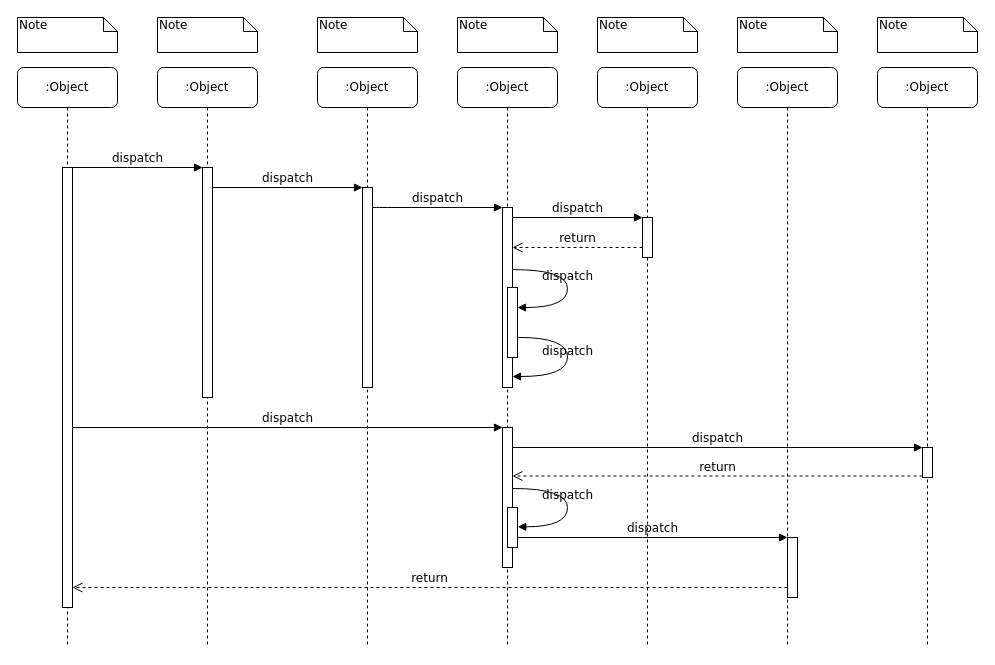
Earlier version of the draw.io diagram Untitled Diagram.drawio (aiwantaozi/draw). Source tidied: cells renumbered, new cells numbered last; positions are measured from the earlier drawing's top-left corner, leaving out a move shared by most shapes. Both pictures are drawn from the tidied source at 100%, with x=0, y=0 at pixel (17, 17).
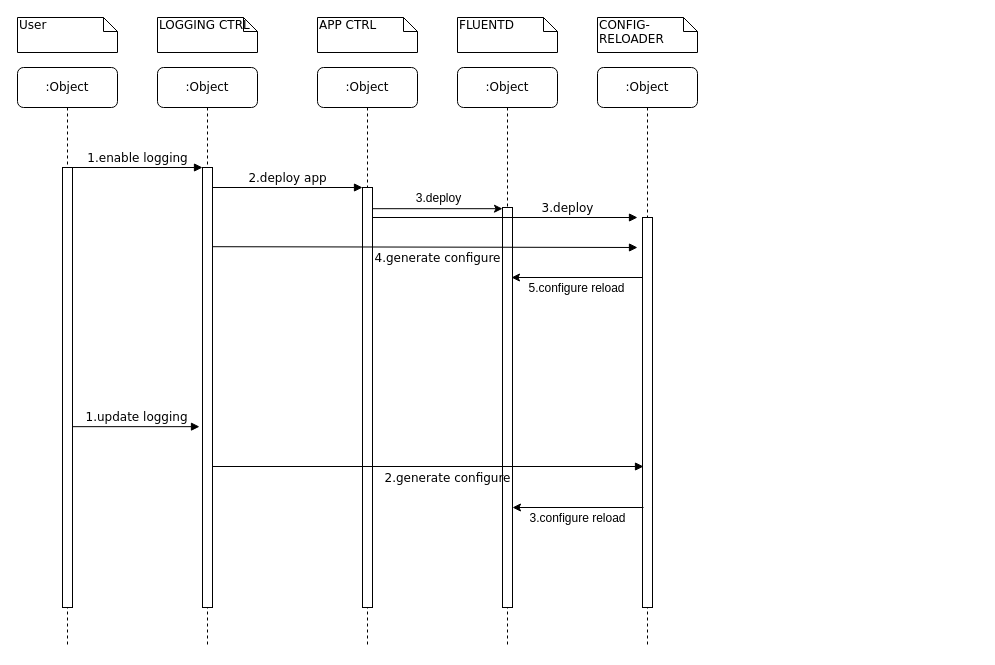
The same diagram, later.

Unchanged cells that the change refers to:
```xml
<mxCell id="2" value=":Object" style="shape=umlLifeline;perimeter=lifelinePerimeter;whiteSpace=wrap;html=1;rounded=1;shadow=0;comic=0;labelBackgroundColor=none;strokeWidth=1;fontFamily=Verdana;fontSize=12;align=center;" parent="1" vertex="1">
  <mxGeometry x="140" y="50" width="100" height="580" as="geometry" />
</mxCell>
<mxCell id="4" value=":Object" style="shape=umlLifeline;perimeter=lifelinePerimeter;whiteSpace=wrap;html=1;rounded=1;shadow=0;comic=0;labelBackgroundColor=none;strokeWidth=1;fontFamily=Verdana;fontSize=12;align=center;" parent="1" vertex="1">
  <mxGeometry x="300" y="50" width="100" height="580" as="geometry" />
</mxCell>
<mxCell id="11" style="html=1;points=[];perimeter=orthogonalPerimeter;rounded=0;shadow=0;comic=0;labelBackgroundColor=none;strokeWidth=1;fontFamily=Verdana;fontSize=12;align=center;" parent="10" vertex="1">
  <mxGeometry x="45" y="100" width="10" height="440" as="geometry" />
</mxCell>
```

Change to the diagram source:
```diff
@@
     <mxCell id="3" style="html=1;points=[];perimeter=orthogonalPerimeter;rounded=0;shadow=0;comic=0;labelBackgroundColor=none;strokeWidth=1;fontFamily=Verdana;fontSize=12;align=center;" parent="2" vertex="1">
-      <mxGeometry x="45" y="100" width="10" height="230" as="geometry" />
+      <mxGeometry x="45" y="100" width="10" height="440" as="geometry" />
     </mxCell>
@@
     <mxCell id="5" style="html=1;points=[];perimeter=orthogonalPerimeter;rounded=0;shadow=0;comic=0;labelBackgroundColor=none;strokeWidth=1;fontFamily=Verdana;fontSize=12;align=center;" parent="4" vertex="1">
-      <mxGeometry x="45" y="120" width="10" height="200" as="geometry" />
+      <mxGeometry x="45" y="120" width="10" height="420" as="geometry" />
     </mxCell>
@@
-    <mxCell id="8" value=":Object" style="shape=umlLifeline;perimeter=lifelinePerimeter;whiteSpace=wrap;html=1;rounded=1;shadow=0;comic=0;labelBackgroundColor=none;strokeWidth=1;fontFamily=Verdana;fontSize=12;align=center;" parent="1" vertex="1">
-      <mxGeometry x="720" y="50" width="100" height="580" as="geometry" />
-    </mxCell>
-    <mxCell id="9" value=":Object" style="shape=umlLifeline;perimeter=lifelinePerimeter;whiteSpace=wrap;html=1;rounded=1;shadow=0;comic=0;labelBackgroundColor=none;strokeWidth=1;fontFamily=Verdana;fontSize=12;align=center;" parent="1" vertex="1">
-      <mxGeometry x="860" y="50" width="100" height="580" as="geometry" />
-    </mxCell>
@@
     <mxCell id="12" style="html=1;points=[];perimeter=orthogonalPerimeter;rounded=0;shadow=0;comic=0;labelBackgroundColor=none;strokeWidth=1;fontFamily=Verdana;fontSize=12;align=center;" parent="1" vertex="1">
-      <mxGeometry x="485" y="190" width="10" height="180" as="geometry" />
+      <mxGeometry x="485" y="190" width="10" height="400" as="geometry" />
     </mxCell>
-    <mxCell id="13" value="dispatch" style="html=1;verticalAlign=bottom;endArrow=block;labelBackgroundColor=none;fontFamily=Verdana;fontSize=12;edgeStyle=elbowEdgeStyle;elbow=vertical;" parent="1" edge="1" source="5" target="12">
-      <mxGeometry relative="1" as="geometry">
-        <Array as="points">
-          <mxPoint x="360" y="190" />
-        </Array>
-      </mxGeometry>
-    </mxCell>
     <mxCell id="14" style="html=1;points=[];perimeter=orthogonalPerimeter;rounded=0;shadow=0;comic=0;labelBackgroundColor=none;strokeWidth=1;fontFamily=Verdana;fontSize=12;align=center;" parent="1" vertex="1">
-      <mxGeometry x="625" y="200" width="10" height="40" as="geometry" />
+      <mxGeometry x="625" y="200" width="10" height="390" as="geometry" />
     </mxCell>
-    <mxCell id="15" value="dispatch" style="html=1;verticalAlign=bottom;endArrow=block;entryX=0;entryY=0;labelBackgroundColor=none;fontFamily=Verdana;fontSize=12;edgeStyle=elbowEdgeStyle;elbow=vertical;" parent="1" edge="1" source="12" target="14">
-      <mxGeometry relative="1" as="geometry" />
-    </mxCell>
-    <mxCell id="16" value="return" style="html=1;verticalAlign=bottom;endArrow=open;dashed=1;endSize=8;labelBackgroundColor=none;fontFamily=Verdana;fontSize=12;edgeStyle=elbowEdgeStyle;elbow=vertical;" parent="1" edge="1" source="14" target="12">
-      <mxGeometry relative="1" as="geometry">
-        <Array as="points">
-          <mxPoint x="570" y="230" />
-          <mxPoint x="600" y="230" />
-        </Array>
-      </mxGeometry>
-    </mxCell>
-    <mxCell id="17" style="html=1;points=[];perimeter=orthogonalPerimeter;rounded=0;shadow=0;comic=0;labelBackgroundColor=none;strokeWidth=1;fontFamily=Verdana;fontSize=12;align=center;" parent="1" vertex="1">
-      <mxGeometry x="485" y="410" width="10" height="140" as="geometry" />
-    </mxCell>
-    <mxCell id="18" value="dispatch" style="html=1;verticalAlign=bottom;endArrow=block;entryX=0;entryY=0;labelBackgroundColor=none;fontFamily=Verdana;fontSize=12;" parent="1" edge="1" source="11" target="17">
+    <mxCell id="18" value="1.update logging" style="html=1;verticalAlign=bottom;endArrow=block;labelBackgroundColor=none;fontFamily=Verdana;fontSize=12;entryX=-0.3;entryY=0.589;entryDx=0;entryDy=0;entryPerimeter=0;" parent="1" edge="1" source="11" target="3">
       <mxGeometry relative="1" as="geometry" />
     </mxCell>
-    <mxCell id="19" style="html=1;points=[];perimeter=orthogonalPerimeter;rounded=0;shadow=0;comic=0;labelBackgroundColor=none;strokeColor=#000000;strokeWidth=1;fillColor=#FFFFFF;fontFamily=Verdana;fontSize=12;fontColor=#000000;align=center;" parent="1" vertex="1">
-      <mxGeometry x="905" y="430" width="10" height="30" as="geometry" />
-    </mxCell>
-    <mxCell id="20" value="dispatch" style="html=1;verticalAlign=bottom;endArrow=block;entryX=0;entryY=0;labelBackgroundColor=none;fontFamily=Verdana;fontSize=12;" parent="1" edge="1" source="17" target="19">
-      <mxGeometry relative="1" as="geometry" />
-    </mxCell>
-    <mxCell id="21" value="return" style="html=1;verticalAlign=bottom;endArrow=open;dashed=1;endSize=8;exitX=0;exitY=0.95;labelBackgroundColor=none;fontFamily=Verdana;fontSize=12;" parent="1" edge="1" source="19" target="17">
-      <mxGeometry relative="1" as="geometry" />
-    </mxCell>
-    <mxCell id="22" style="html=1;points=[];perimeter=orthogonalPerimeter;rounded=0;shadow=0;comic=0;labelBackgroundColor=none;strokeWidth=1;fontFamily=Verdana;fontSize=12;align=center;" parent="1" vertex="1">
-      <mxGeometry x="770" y="520" width="10" height="60" as="geometry" />
-    </mxCell>
-    <mxCell id="23" value="dispatch" style="html=1;verticalAlign=bottom;endArrow=block;entryX=0;entryY=0;labelBackgroundColor=none;fontFamily=Verdana;fontSize=12;edgeStyle=elbowEdgeStyle;elbow=vertical;" parent="1" edge="1" source="30" target="22">
-      <mxGeometry relative="1" as="geometry" />
-    </mxCell>
-    <mxCell id="24" value="return" style="html=1;verticalAlign=bottom;endArrow=open;dashed=1;endSize=8;labelBackgroundColor=none;fontFamily=Verdana;fontSize=12;edgeStyle=elbowEdgeStyle;elbow=vertical;" parent="1" edge="1" source="22" target="11">
-      <mxGeometry relative="1" as="geometry">
-        <Array as="points">
-          <mxPoint x="470" y="570" />
-        </Array>
-      </mxGeometry>
-    </mxCell>
-    <mxCell id="25" value="dispatch" style="html=1;verticalAlign=bottom;endArrow=block;entryX=0;entryY=0;labelBackgroundColor=none;fontFamily=Verdana;fontSize=12;edgeStyle=elbowEdgeStyle;elbow=vertical;" parent="1" edge="1" source="11" target="3">
+    <mxCell id="25" value="1.enable logging" style="html=1;verticalAlign=bottom;endArrow=block;entryX=0;entryY=0;labelBackgroundColor=none;fontFamily=Verdana;fontSize=12;edgeStyle=elbowEdgeStyle;elbow=vertical;" parent="1" edge="1" source="11" target="3">
       <mxGeometry relative="1" as="geometry" />
     </mxCell>
-    <mxCell id="26" value="dispatch" style="html=1;verticalAlign=bottom;endArrow=block;entryX=0;entryY=0;labelBackgroundColor=none;fontFamily=Verdana;fontSize=12;edgeStyle=elbowEdgeStyle;elbow=vertical;" parent="1" edge="1" source="3" target="5">
+    <mxCell id="26" value="2.deploy app" style="html=1;verticalAlign=bottom;endArrow=block;entryX=0;entryY=0;labelBackgroundColor=none;fontFamily=Verdana;fontSize=12;edgeStyle=elbowEdgeStyle;elbow=vertical;" parent="1" edge="1" source="3" target="5">
       <mxGeometry relative="1" as="geometry" />
     </mxCell>
-    <mxCell id="27" style="html=1;points=[];perimeter=orthogonalPerimeter;rounded=0;shadow=0;comic=0;labelBackgroundColor=none;strokeWidth=1;fontFamily=Verdana;fontSize=12;align=center;" parent="1" vertex="1">
-      <mxGeometry x="490" y="270" width="10" height="70" as="geometry" />
-    </mxCell>
-    <mxCell id="28" value="dispatch" style="html=1;verticalAlign=bottom;endArrow=block;labelBackgroundColor=none;fontFamily=Verdana;fontSize=12;elbow=vertical;edgeStyle=orthogonalEdgeStyle;curved=1;entryX=1;entryY=0.286;entryPerimeter=0;exitX=1.038;exitY=0.345;exitPerimeter=0;" parent="1" edge="1" source="12" target="27">
-      <mxGeometry relative="1" as="geometry">
-        <Array as="points">
-          <mxPoint x="550" y="252" />
-          <mxPoint x="550" y="290" />
-        </Array>
-      </mxGeometry>
-    </mxCell>
-    <mxCell id="29" value="dispatch" style="html=1;verticalAlign=bottom;endArrow=block;labelBackgroundColor=none;fontFamily=Verdana;fontSize=12;elbow=vertical;edgeStyle=orthogonalEdgeStyle;curved=1;exitX=1.066;exitY=0.713;exitPerimeter=0;" parent="1" edge="1" source="27">
-      <mxGeometry relative="1" as="geometry">
-        <mxPoint x="495" y="359" as="targetPoint" />
-        <Array as="points">
-          <mxPoint x="550" y="320" />
-          <mxPoint x="550" y="359" />
-        </Array>
-      </mxGeometry>
-    </mxCell>
-    <mxCell id="30" style="html=1;points=[];perimeter=orthogonalPerimeter;rounded=0;shadow=0;comic=0;labelBackgroundColor=none;strokeWidth=1;fontFamily=Verdana;fontSize=12;align=center;" parent="1" vertex="1">
-      <mxGeometry x="490" y="490" width="10" height="40" as="geometry" />
-    </mxCell>
-    <mxCell id="31" value="dispatch" style="html=1;verticalAlign=bottom;endArrow=block;labelBackgroundColor=none;fontFamily=Verdana;fontSize=12;elbow=vertical;edgeStyle=orthogonalEdgeStyle;curved=1;entryX=1;entryY=0.286;entryPerimeter=0;exitX=1.038;exitY=0.345;exitPerimeter=0;" parent="1" edge="1">
-      <mxGeometry relative="1" as="geometry">
-        <mxPoint x="495.3" y="471" as="sourcePoint" />
-        <mxPoint x="500.3" y="509.3" as="targetPoint" />
-        <Array as="points">
-          <mxPoint x="550" y="471" />
-          <mxPoint x="550" y="509" />
-        </Array>
-      </mxGeometry>
-    </mxCell>
-    <mxCell id="32" value="Note" style="shape=note;whiteSpace=wrap;html=1;size=14;verticalAlign=top;align=left;spacingTop=-6;rounded=0;shadow=0;comic=0;labelBackgroundColor=none;strokeWidth=1;fontFamily=Verdana;fontSize=12;" parent="1" vertex="1">
+    <mxCell id="32" value="User" style="shape=note;whiteSpace=wrap;html=1;size=14;verticalAlign=top;align=left;spacingTop=-6;rounded=0;shadow=0;comic=0;labelBackgroundColor=none;strokeWidth=1;fontFamily=Verdana;fontSize=12;" parent="1" vertex="1">
       <mxGeometry width="100" height="35" as="geometry" />
     </mxCell>
-    <mxCell id="33" value="Note" style="shape=note;whiteSpace=wrap;html=1;size=14;verticalAlign=top;align=left;spacingTop=-6;rounded=0;shadow=0;comic=0;labelBackgroundColor=none;strokeWidth=1;fontFamily=Verdana;fontSize=12;" parent="1" vertex="1">
+    <mxCell id="33" value="LOGGING CTRL" style="shape=note;whiteSpace=wrap;html=1;size=14;verticalAlign=top;align=left;spacingTop=-6;rounded=0;shadow=0;comic=0;labelBackgroundColor=none;strokeWidth=1;fontFamily=Verdana;fontSize=12;" parent="1" vertex="1">
       <mxGeometry x="140" width="100" height="35" as="geometry" />
     </mxCell>
-    <mxCell id="34" value="Note" style="shape=note;whiteSpace=wrap;html=1;size=14;verticalAlign=top;align=left;spacingTop=-6;rounded=0;shadow=0;comic=0;labelBackgroundColor=none;strokeWidth=1;fontFamily=Verdana;fontSize=12;" parent="1" vertex="1">
+    <mxCell id="34" value="APP CTRL" style="shape=note;whiteSpace=wrap;html=1;size=14;verticalAlign=top;align=left;spacingTop=-6;rounded=0;shadow=0;comic=0;labelBackgroundColor=none;strokeWidth=1;fontFamily=Verdana;fontSize=12;" parent="1" vertex="1">
       <mxGeometry x="300" width="100" height="35" as="geometry" />
     </mxCell>
-    <mxCell id="35" value="Note" style="shape=note;whiteSpace=wrap;html=1;size=14;verticalAlign=top;align=left;spacingTop=-6;rounded=0;shadow=0;comic=0;labelBackgroundColor=none;strokeWidth=1;fontFamily=Verdana;fontSize=12;" parent="1" vertex="1">
+    <mxCell id="35" value="FLUENTD" style="shape=note;whiteSpace=wrap;html=1;size=14;verticalAlign=top;align=left;spacingTop=-6;rounded=0;shadow=0;comic=0;labelBackgroundColor=none;strokeWidth=1;fontFamily=Verdana;fontSize=12;" parent="1" vertex="1">
       <mxGeometry x="440" width="100" height="35" as="geometry" />
     </mxCell>
-    <mxCell id="36" value="Note" style="shape=note;whiteSpace=wrap;html=1;size=14;verticalAlign=top;align=left;spacingTop=-6;rounded=0;shadow=0;comic=0;labelBackgroundColor=none;strokeWidth=1;fontFamily=Verdana;fontSize=12;" parent="1" vertex="1">
+    <mxCell id="36" value="CONFIG-RELOADER" style="shape=note;whiteSpace=wrap;html=1;size=14;verticalAlign=top;align=left;spacingTop=-6;rounded=0;shadow=0;comic=0;labelBackgroundColor=none;strokeWidth=1;fontFamily=Verdana;fontSize=12;" parent="1" vertex="1">
       <mxGeometry x="580" width="100" height="35" as="geometry" />
     </mxCell>
-    <mxCell id="37" value="Note" style="shape=note;whiteSpace=wrap;html=1;size=14;verticalAlign=top;align=left;spacingTop=-6;rounded=0;shadow=0;comic=0;labelBackgroundColor=none;strokeWidth=1;fontFamily=Verdana;fontSize=12;" parent="1" vertex="1">
-      <mxGeometry x="720" width="100" height="35" as="geometry" />
-    </mxCell>
-    <mxCell id="38" value="Note" style="shape=note;whiteSpace=wrap;html=1;size=14;verticalAlign=top;align=left;spacingTop=-6;rounded=0;shadow=0;comic=0;labelBackgroundColor=none;strokeWidth=1;fontFamily=Verdana;fontSize=12;" parent="1" vertex="1">
-      <mxGeometry x="860" width="100" height="35" as="geometry" />
-    </mxCell>
+    <mxCell id="39" value="4.generate configure" style="html=1;verticalAlign=bottom;endArrow=block;labelBackgroundColor=none;fontFamily=Verdana;fontSize=12;edgeStyle=elbowEdgeStyle;elbow=vertical;exitX=1;exitY=0.18;exitDx=0;exitDy=0;exitPerimeter=0;" parent="1" edge="1" source="3">
+      <mxGeometry x="0.06" y="-20" relative="1" as="geometry">
+        <mxPoint x="620" y="230" as="targetPoint" />
+        <Array as="points">
+          <mxPoint x="340" y="230" />
+        </Array>
+      </mxGeometry>
+    </mxCell>
+    <mxCell id="40" value="2.generate configure" style="html=1;verticalAlign=bottom;endArrow=block;labelBackgroundColor=none;fontFamily=Verdana;fontSize=12;edgeStyle=elbowEdgeStyle;elbow=vertical;entryX=0.1;entryY=0.638;entryDx=0;entryDy=0;entryPerimeter=0;" parent="1" edge="1" source="3" target="14">
+      <mxGeometry x="0.09" y="-21" relative="1" as="geometry" />
+    </mxCell>
+    <mxCell id="41" style="endArrow=classic;html=1;entryX=1;entryY=0.75;entryDx=0;entryDy=0;entryPerimeter=0;" parent="1" edge="1" target="12">
+      <mxGeometry relative="1" as="geometry">
+        <mxPoint x="626" y="490" as="sourcePoint" />
+      </mxGeometry>
+    </mxCell>
+    <mxCell id="42" value="3.configure reload" style="text;html=1;align=center;verticalAlign=middle;labelBackgroundColor=#ffffff;" parent="41" vertex="1">
+      <mxGeometry x="0.54" y="1" relative="1" as="geometry">
+        <mxPoint x="34" y="9" as="offset" />
+      </mxGeometry>
+    </mxCell>
+    <mxCell id="13" style="endArrow=classic;html=1;entryX=0;entryY=0.003;entryDx=0;entryDy=0;entryPerimeter=0;" parent="1" edge="1" source="5" target="12">
+      <mxGeometry relative="1" as="geometry" />
+    </mxCell>
+    <mxCell id="43" value="3.deploy" style="text;html=1;align=center;verticalAlign=middle;labelBackgroundColor=#ffffff;" parent="13" vertex="1">
+      <mxGeometry x="-0.17" relative="1" as="geometry">
+        <mxPoint x="11" y="-11.2" as="offset" />
+      </mxGeometry>
+    </mxCell>
+    <mxCell id="44" value="3.deploy" style="html=1;verticalAlign=bottom;endArrow=block;labelBackgroundColor=none;fontFamily=Verdana;fontSize=12;edgeStyle=elbowEdgeStyle;elbow=vertical;" parent="1" edge="1" source="5">
+      <mxGeometry x="0.47" relative="1" as="geometry">
+        <mxPoint x="620" y="200" as="targetPoint" />
+      </mxGeometry>
+    </mxCell>
+    <mxCell id="45" style="endArrow=classic;html=1;entryX=1;entryY=0.75;entryDx=0;entryDy=0;entryPerimeter=0;" parent="1" edge="1">
+      <mxGeometry relative="1" as="geometry">
+        <mxPoint x="625" y="260" as="sourcePoint" />
+        <mxPoint x="494" y="260" as="targetPoint" />
+      </mxGeometry>
+    </mxCell>
+    <mxCell id="46" value="5.configure reload" style="text;html=1;align=center;verticalAlign=middle;labelBackgroundColor=#ffffff;" parent="45" vertex="1">
+      <mxGeometry x="0.54" y="1" relative="1" as="geometry">
+        <mxPoint x="34" y="9" as="offset" />
+      </mxGeometry>
+    </mxCell>
```
